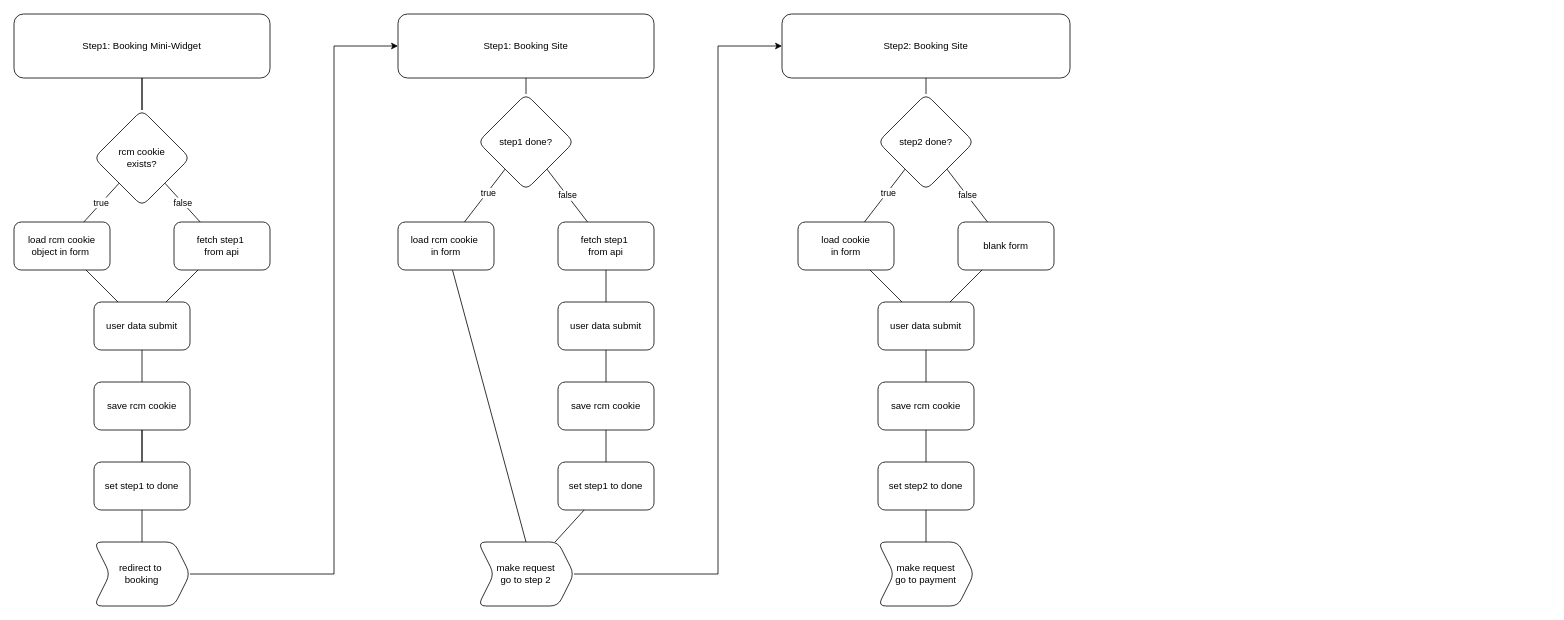
Before: Arctic Campers.drawio in eugenregehr/diagrams, a draw.io diagram. Source tidied: cells renumbered, new cells numbered last; positions are measured from the earlier drawing's top-left corner, leaving out a move shared by most shapes. Both pictures are drawn from the tidied source at 80%, with x=0, y=0 at pixel (14, 14).
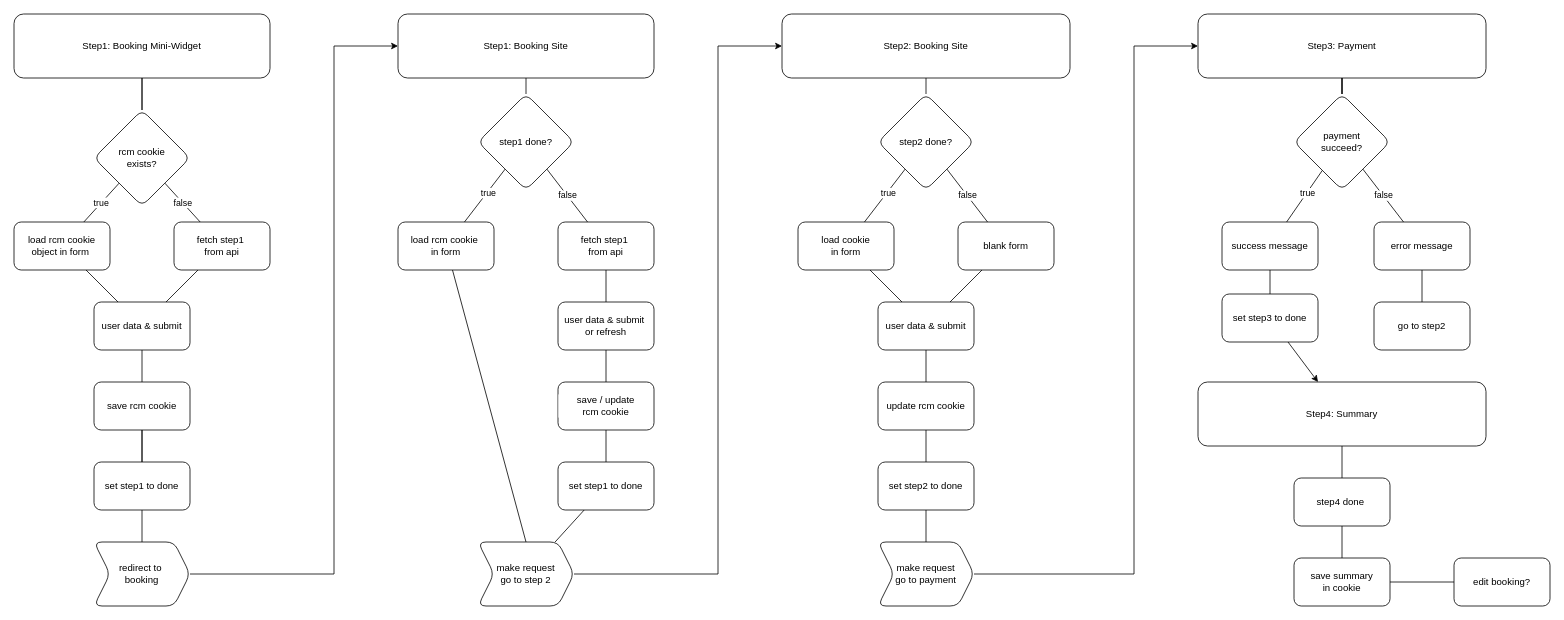
The same diagram, later.

The change refers to these unchanged cells:
```xml
<mxCell id="54" value="make request&lt;br&gt;go to payment" style="shape=step;perimeter=stepPerimeter;whiteSpace=wrap;html=1;fixedSize=1;rounded=1;fillColor=default;strokeColor=default;fontColor=default;labelBackgroundColor=default;" parent="1" vertex="1">
  <mxGeometry x="1080" y="660" width="120" height="80" as="geometry" />
</mxCell>
```

The edit, as a diff of the source:
```diff
@@
-    <mxCell id="22" value="user data&amp;nbsp;submit" style="whiteSpace=wrap;html=1;rounded=1;" parent="1" vertex="1">
+    <mxCell id="22" value="user data &amp;amp; submit" style="whiteSpace=wrap;html=1;rounded=1;" parent="1" vertex="1">
       <mxGeometry x="100" y="360" width="120" height="60" as="geometry" />
     </mxCell>
@@
-    <mxCell id="30" value="user data&amp;nbsp;submit" style="whiteSpace=wrap;html=1;rounded=1;labelBackgroundColor=default;fontColor=default;" parent="1" vertex="1">
+    <mxCell id="30" value="user data &amp;amp; submit&amp;nbsp;&lt;br&gt;or refresh" style="whiteSpace=wrap;html=1;rounded=1;labelBackgroundColor=default;fontColor=default;" parent="1" vertex="1">
       <mxGeometry x="680" y="360" width="120" height="60" as="geometry" />
     </mxCell>
@@
-    <mxCell id="34" value="save rcm&amp;nbsp;cookie" style="whiteSpace=wrap;html=1;rounded=1;fillColor=default;strokeColor=default;fontColor=default;labelBackgroundColor=default;" parent="1" vertex="1">
+    <mxCell id="34" value="save / update rcm&amp;nbsp;cookie" style="whiteSpace=wrap;html=1;rounded=1;fillColor=default;strokeColor=default;fontColor=default;labelBackgroundColor=default;" parent="1" vertex="1">
       <mxGeometry x="680" y="460" width="120" height="60" as="geometry" />
     </mxCell>
@@
-    <mxCell id="49" value="user data&amp;nbsp;submit" style="whiteSpace=wrap;html=1;rounded=1;labelBackgroundColor=default;fontColor=default;fillColor=default;strokeColor=default;" parent="1" vertex="1">
+    <mxCell id="49" value="user data &amp;amp; submit" style="whiteSpace=wrap;html=1;rounded=1;labelBackgroundColor=default;fontColor=default;fillColor=default;strokeColor=default;" parent="1" vertex="1">
       <mxGeometry x="1080" y="360" width="120" height="60" as="geometry" />
     </mxCell>
-    <mxCell id="50" value="save rcm&amp;nbsp;cookie" style="whiteSpace=wrap;html=1;rounded=1;fillColor=default;strokeColor=default;fontColor=default;labelBackgroundColor=default;" parent="1" vertex="1">
+    <mxCell id="50" value="update rcm&amp;nbsp;cookie" style="whiteSpace=wrap;html=1;rounded=1;fillColor=default;strokeColor=default;fontColor=default;labelBackgroundColor=default;" parent="1" vertex="1">
       <mxGeometry x="1080" y="460" width="120" height="60" as="geometry" />
     </mxCell>
@@
+    <mxCell id="55" style="edgeStyle=orthogonalEdgeStyle;rounded=0;jettySize=auto;html=1;labelBackgroundColor=default;fontColor=default;endArrow=classic;endFill=1;strokeColor=default;" parent="1" edge="1" source="54" target="56">
+      <mxGeometry relative="1" as="geometry">
+        <Array as="points">
+          <mxPoint x="1400" y="700" />
+          <mxPoint x="1400" y="40" />
+        </Array>
+      </mxGeometry>
+    </mxCell>
@@
+    <mxCell id="56" value="Step3: Payment" style="rounded=1;whiteSpace=wrap;html=1;labelBackgroundColor=default;fontColor=default;fillColor=default;strokeColor=default;" parent="1" vertex="1">
+      <mxGeometry x="1480" width="360" height="80" as="geometry" />
+    </mxCell>
+    <mxCell id="57" value="false" style="edgeStyle=none;rounded=0;jettySize=auto;html=1;endArrow=none;endFill=0;strokeColor=default;labelBackgroundColor=default;fontColor=default;" parent="1" edge="1" source="61" target="63">
+      <mxGeometry relative="1" as="geometry" />
+    </mxCell>
+    <mxCell id="58" style="edgeStyle=none;rounded=0;jettySize=auto;html=1;endArrow=none;endFill=0;strokeColor=default;labelBackgroundColor=default;fontColor=default;" parent="1" edge="1" source="61" target="65">
+      <mxGeometry relative="1" as="geometry" />
+    </mxCell>
+    <mxCell id="59" value="true" style="edgeLabel;html=1;align=center;verticalAlign=middle;labelBackgroundColor=default;fontColor=default;" parent="58" vertex="1">
+      <mxGeometry x="-0.14" y="1" relative="1" as="geometry" />
+    </mxCell>
+    <mxCell id="60" style="edgeStyle=orthogonalEdgeStyle;rounded=0;jettySize=auto;html=1;labelBackgroundColor=default;fontColor=default;endArrow=none;endFill=0;strokeColor=default;" parent="1" edge="1" source="61" target="56">
+      <mxGeometry relative="1" as="geometry" />
+    </mxCell>
+    <mxCell id="61" value="payment &lt;br&gt;succeed?" style="rhombus;whiteSpace=wrap;html=1;rounded=1;labelBackgroundColor=default;fontColor=default;strokeColor=default;fillColor=default;" parent="1" vertex="1">
+      <mxGeometry x="1600" y="100" width="120" height="120" as="geometry" />
+    </mxCell>
+    <mxCell id="62" style="edgeStyle=orthogonalEdgeStyle;rounded=0;jettySize=auto;html=1;labelBackgroundColor=default;fontColor=default;endArrow=none;endFill=0;strokeColor=default;" parent="1" edge="1" source="63" target="68">
+      <mxGeometry relative="1" as="geometry" />
+    </mxCell>
+    <mxCell id="63" value="error message" style="whiteSpace=wrap;html=1;rounded=1;labelBackgroundColor=default;fontColor=default;strokeColor=default;" parent="1" vertex="1">
+      <mxGeometry x="1700" y="260" width="120" height="60" as="geometry" />
+    </mxCell>
+    <mxCell id="64" style="edgeStyle=none;rounded=0;jettySize=auto;html=1;labelBackgroundColor=default;fontColor=default;endArrow=none;endFill=0;strokeColor=default;" parent="1" edge="1" source="65" target="75">
+      <mxGeometry relative="1" as="geometry" />
+    </mxCell>
+    <mxCell id="65" value="success message" style="whiteSpace=wrap;html=1;rounded=1;labelBackgroundColor=default;fontColor=default;strokeColor=default;fillColor=default;" parent="1" vertex="1">
+      <mxGeometry x="1510" y="260" width="120" height="60" as="geometry" />
+    </mxCell>
+    <mxCell id="66" style="edgeStyle=none;rounded=0;jettySize=auto;html=1;labelBackgroundColor=default;fontColor=default;endArrow=none;endFill=0;strokeColor=default;" parent="1" edge="1" source="67" target="70">
+      <mxGeometry relative="1" as="geometry" />
+    </mxCell>
+    <mxCell id="67" value="Step4: Summary" style="rounded=1;whiteSpace=wrap;html=1;labelBackgroundColor=default;fontColor=default;fillColor=default;strokeColor=default;" parent="1" vertex="1">
+      <mxGeometry x="1480" y="460" width="360" height="80" as="geometry" />
+    </mxCell>
+    <mxCell id="68" value="go to step2" style="whiteSpace=wrap;html=1;rounded=1;labelBackgroundColor=default;fontColor=default;strokeColor=default;fillColor=default;" parent="1" vertex="1">
+      <mxGeometry x="1700" y="360" width="120" height="60" as="geometry" />
+    </mxCell>
+    <mxCell id="69" style="edgeStyle=none;rounded=0;jettySize=auto;html=1;labelBackgroundColor=default;fontColor=default;endArrow=none;endFill=0;strokeColor=default;" parent="1" edge="1" source="70" target="72">
+      <mxGeometry relative="1" as="geometry" />
+    </mxCell>
+    <mxCell id="70" value="step4 done&amp;nbsp;" style="whiteSpace=wrap;html=1;rounded=1;labelBackgroundColor=default;fontColor=default;strokeColor=default;fillColor=default;" parent="1" vertex="1">
+      <mxGeometry x="1600" y="580" width="120" height="60" as="geometry" />
+    </mxCell>
+    <mxCell id="71" style="edgeStyle=none;rounded=0;jettySize=auto;html=1;labelBackgroundColor=default;fontColor=default;endArrow=none;endFill=0;strokeColor=default;" parent="1" edge="1" source="72" target="73">
+      <mxGeometry relative="1" as="geometry" />
+    </mxCell>
+    <mxCell id="72" value="save summary&lt;br&gt;in cookie" style="whiteSpace=wrap;html=1;rounded=1;labelBackgroundColor=default;fontColor=default;strokeColor=default;fillColor=default;" parent="1" vertex="1">
+      <mxGeometry x="1600" y="680" width="120" height="60" as="geometry" />
+    </mxCell>
+    <mxCell id="73" value="edit booking?" style="whiteSpace=wrap;html=1;rounded=1;labelBackgroundColor=default;fontColor=default;strokeColor=default;fillColor=default;" parent="1" vertex="1">
+      <mxGeometry x="1800" y="680" width="120" height="60" as="geometry" />
+    </mxCell>
+    <mxCell id="74" style="edgeStyle=none;rounded=0;jettySize=auto;html=1;labelBackgroundColor=default;fontColor=default;endArrow=classic;endFill=1;strokeColor=default;" parent="1" edge="1" source="75" target="67">
+      <mxGeometry relative="1" as="geometry" />
+    </mxCell>
+    <mxCell id="75" value="set step3 to done" style="whiteSpace=wrap;html=1;rounded=1;labelBackgroundColor=default;fontColor=default;strokeColor=default;fillColor=default;" parent="1" vertex="1">
+      <mxGeometry x="1510" y="350" width="120" height="60" as="geometry" />
+    </mxCell>
```
